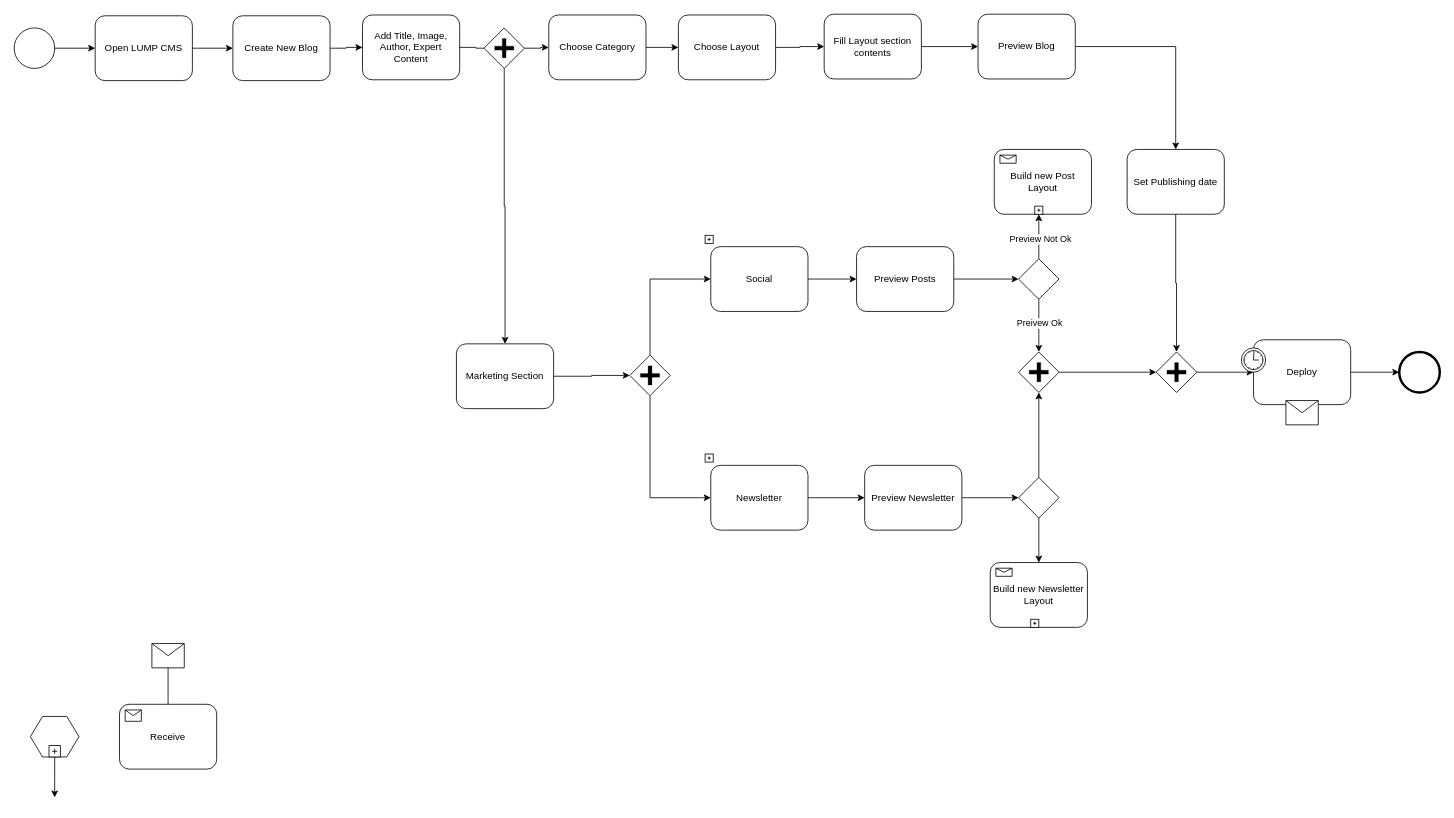
Before: lump-end-user-flow.drawio in lmnaslimited/iyakkam, a draw.io diagram. Source tidied: cells renumbered, new cells numbered last; positions are measured from the earlier drawing's top-left corner, leaving out a move shared by most shapes. Both pictures are drawn from the tidied source at 81%, with x=0, y=0 at pixel (14, 14).
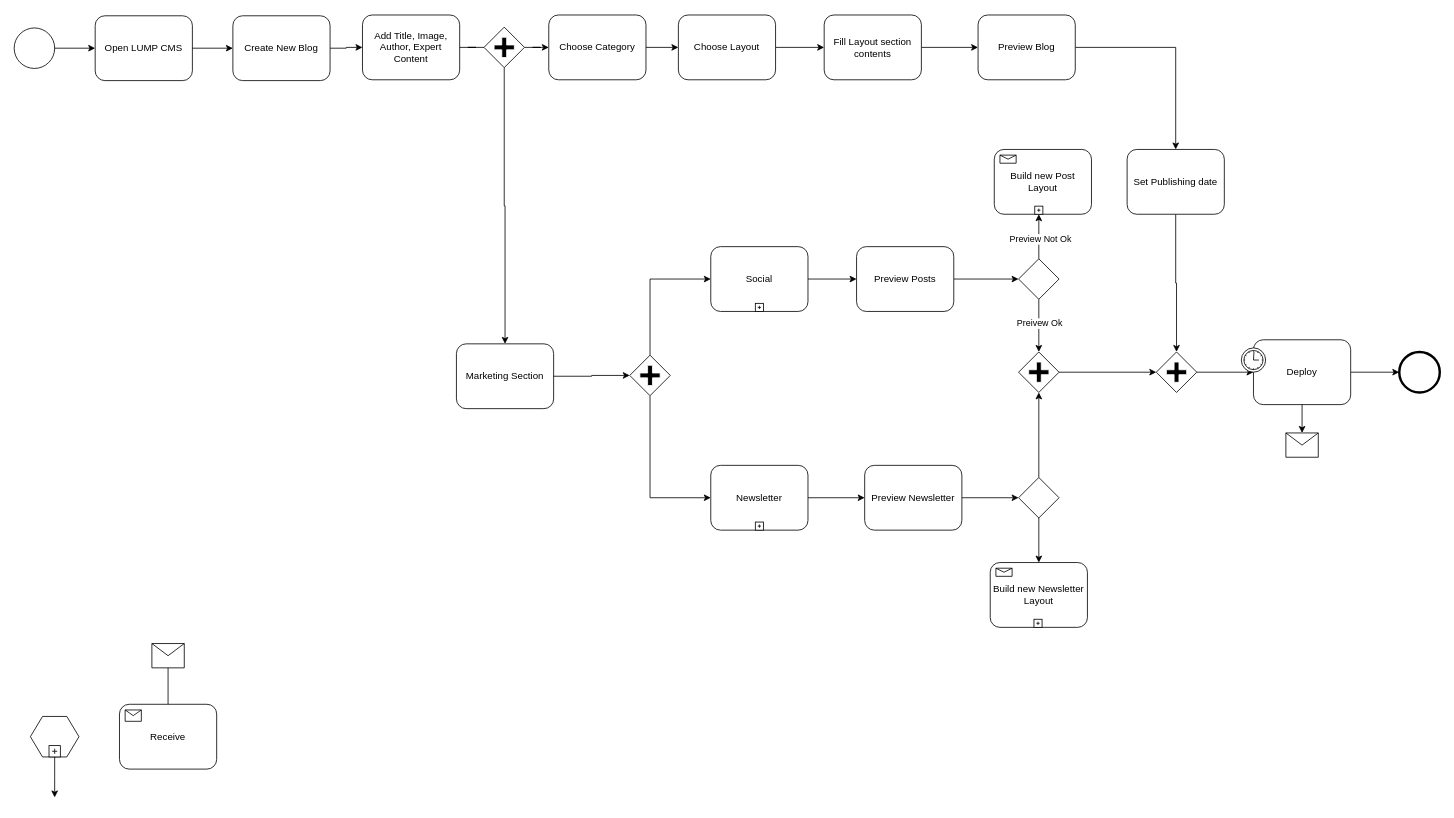
After the change.

Commit message:
align items

Unchanged cells that the change refers to:
```xml
<mxCell id="34" value="Social" style="html=1;whiteSpace=wrap;rounded=1;" parent="1" vertex="1">
  <mxGeometry x="860" y="287" width="120" height="80" as="geometry" />
</mxCell>
<mxCell id="40" value="Newsletter" style="html=1;whiteSpace=wrap;rounded=1;" parent="1" vertex="1">
  <mxGeometry x="860" y="557" width="120" height="80" as="geometry" />
</mxCell>
<mxCell id="63" value="Build new Newsletter Layout" style="html=1;whiteSpace=wrap;rounded=1;" parent="1" vertex="1">
  <mxGeometry x="1205" y="677" width="120" height="80" as="geometry" />
</mxCell>
```

Change to the diagram source:
```diff
@@
     <mxCell id="27" value="Fill Layout section contents" style="shape=ext;rounded=1;html=1;whiteSpace=wrap;" parent="1" vertex="1">
-      <mxGeometry x="1000" width="120" height="80" as="geometry" />
+      <mxGeometry x="1000" y="1" width="120" height="80" as="geometry" />
     </mxCell>
@@
     <mxCell id="29" value="Preview Blog" style="shape=ext;rounded=1;html=1;whiteSpace=wrap;" parent="1" vertex="1">
-      <mxGeometry x="1190" width="120" height="80" as="geometry" />
+      <mxGeometry x="1190" y="1" width="120" height="80" as="geometry" />
     </mxCell>
@@
     <mxCell id="35" style="html=1;shape=plus;" parent="34" vertex="1">
       <mxGeometry width="10" height="10" relative="1" as="geometry">
-        <mxPoint x="-7" y="-14" as="offset" />
+        <mxPoint x="55" y="70" as="offset" />
       </mxGeometry>
     </mxCell>
@@
     <mxCell id="37" style="shape=mxgraph.bpmn.shape;html=1;verticalLabelPosition=bottom;labelBackgroundColor=#ffffff;verticalAlign=top;perimeter=rhombusPerimeter;background=gateway;outline=none;symbol=parallelGw;" parent="1" vertex="1">
-      <mxGeometry x="580" y="17" width="50" height="50" as="geometry" />
+      <mxGeometry x="580" y="16" width="50" height="50" as="geometry" />
     </mxCell>
@@
     <mxCell id="41" style="html=1;shape=plus;" parent="40" vertex="1">
       <mxGeometry width="10" height="10" relative="1" as="geometry">
-        <mxPoint x="-7" y="-14" as="offset" />
+        <mxPoint x="55" y="70" as="offset" />
       </mxGeometry>
     </mxCell>
@@
-    <mxCell id="47" style="edgeStyle=orthogonalEdgeStyle;rounded=0;jettySize=auto;html=1;exitX=0.5;exitY=1;exitDx=0;exitDy=0;entryX=0.5;entryY=0;entryDx=0;entryDy=0;" parent="1" edge="1" source="48" target="54">
-      <mxGeometry relative="1" as="geometry" />
-    </mxCell>
-    <mxCell id="48" value="Deploy" style="html=1;whiteSpace=wrap;rounded=1;" parent="1" vertex="1">
-      <mxGeometry x="1530" y="402" width="120" height="80" as="geometry" />
-    </mxCell>
-    <mxCell id="49" style="shape=mxgraph.bpmn.timer_start;perimeter=ellipsePerimeter;html=1;labelPosition=right;labelBackgroundColor=#ffffff;align=left;" parent="48" vertex="1">
-      <mxGeometry width="30" height="30" relative="1" as="geometry">
-        <mxPoint x="-15" y="10" as="offset" />
-      </mxGeometry>
-    </mxCell>
@@
-    <mxCell id="54" style="shape=message;whiteSpace=wrap;html=1;" parent="1" vertex="1">
-      <mxGeometry x="1570" y="477" width="40" height="30" as="geometry" />
-    </mxCell>
@@
     <mxCell id="65" style="html=1;shape=plus;" parent="63" vertex="1">
-      <mxGeometry x="50" y="70" width="10" height="10" as="geometry" />
+      <mxGeometry x="54" y="70" width="10" height="10" as="geometry" />
     </mxCell>
@@
+    <mxCell id="69" style="group;" parent="1" vertex="1">
+      <mxGeometry x="1530" y="402" width="120" height="145" as="geometry" />
+    </mxCell>
+    <mxCell id="48" value="Deploy" style="html=1;whiteSpace=wrap;rounded=1;" parent="69" vertex="1">
+      <mxGeometry width="120" height="80" as="geometry" />
+    </mxCell>
+    <mxCell id="49" style="shape=mxgraph.bpmn.timer_start;perimeter=ellipsePerimeter;html=1;labelPosition=right;labelBackgroundColor=#ffffff;align=left;" parent="48" vertex="1">
+      <mxGeometry width="30" height="30" relative="1" as="geometry">
+        <mxPoint x="-15" y="10" as="offset" />
+      </mxGeometry>
+    </mxCell>
+    <mxCell id="54" style="shape=message;whiteSpace=wrap;html=1;" parent="69" vertex="1">
+      <mxGeometry x="40" y="115" width="40" height="30" as="geometry" />
+    </mxCell>
+    <mxCell id="47" style="edgeStyle=orthogonalEdgeStyle;rounded=0;jettySize=auto;html=1;exitX=0.5;exitY=1;exitDx=0;exitDy=0;entryX=0.5;entryY=0;entryDx=0;entryDy=0;" parent="69" edge="1" source="48" target="54">
+      <mxGeometry relative="1" as="geometry" />
+    </mxCell>
```
